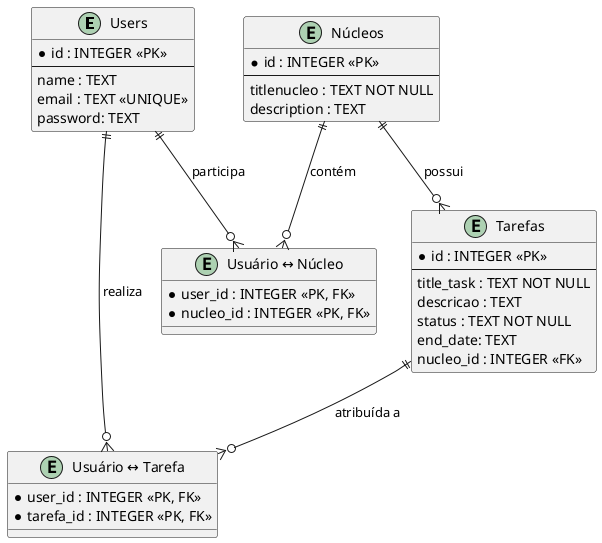
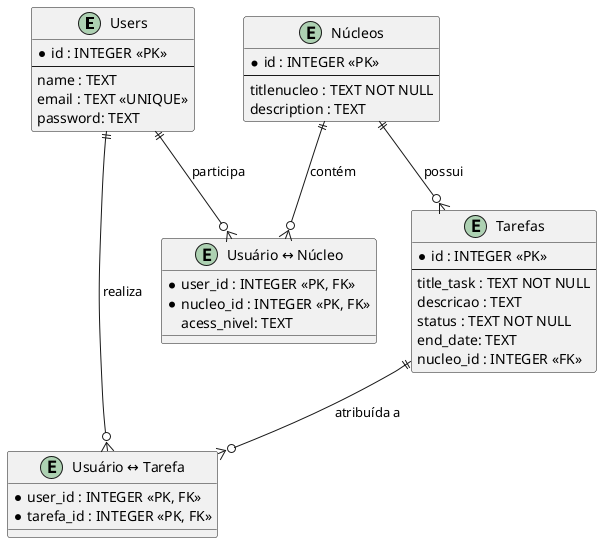
@startuml

entity "Users" as users {
    *id : INTEGER <<PK>>
    --
    name : TEXT
    email : TEXT <<UNIQUE>>
    password: TEXT
}

entity "Núcleos" as nucleos {
    *id : INTEGER <<PK>>
    --
    titlenucleo : TEXT NOT NULL
    description : TEXT
}

entity "Tarefas" as tarefas {
    *id : INTEGER <<PK>>
    --
    title_task : TEXT NOT NULL
    descricao : TEXT
    status : TEXT NOT NULL
    end_date: TEXT
    nucleo_id : INTEGER <<FK>>
}

entity "Usuário ↔ Núcleo" as usuario_nucleo {
    *user_id : INTEGER <<PK, FK>>
    *nucleo_id : INTEGER <<PK, FK>>
+     acess_nivel: TEXT
}

entity "Usuário ↔ Tarefa" as usuario_tarefa {
    *user_id : INTEGER <<PK, FK>>
    *tarefa_id : INTEGER <<PK, FK>>
}


' Relacionamentos
users ||--o{ usuario_nucleo : participa
nucleos ||--o{ usuario_nucleo : contém

nucleos ||--o{ tarefas : possui

users ||--o{ usuario_tarefa : realiza
tarefas ||--o{ usuario_tarefa : atribuída a

@enduml